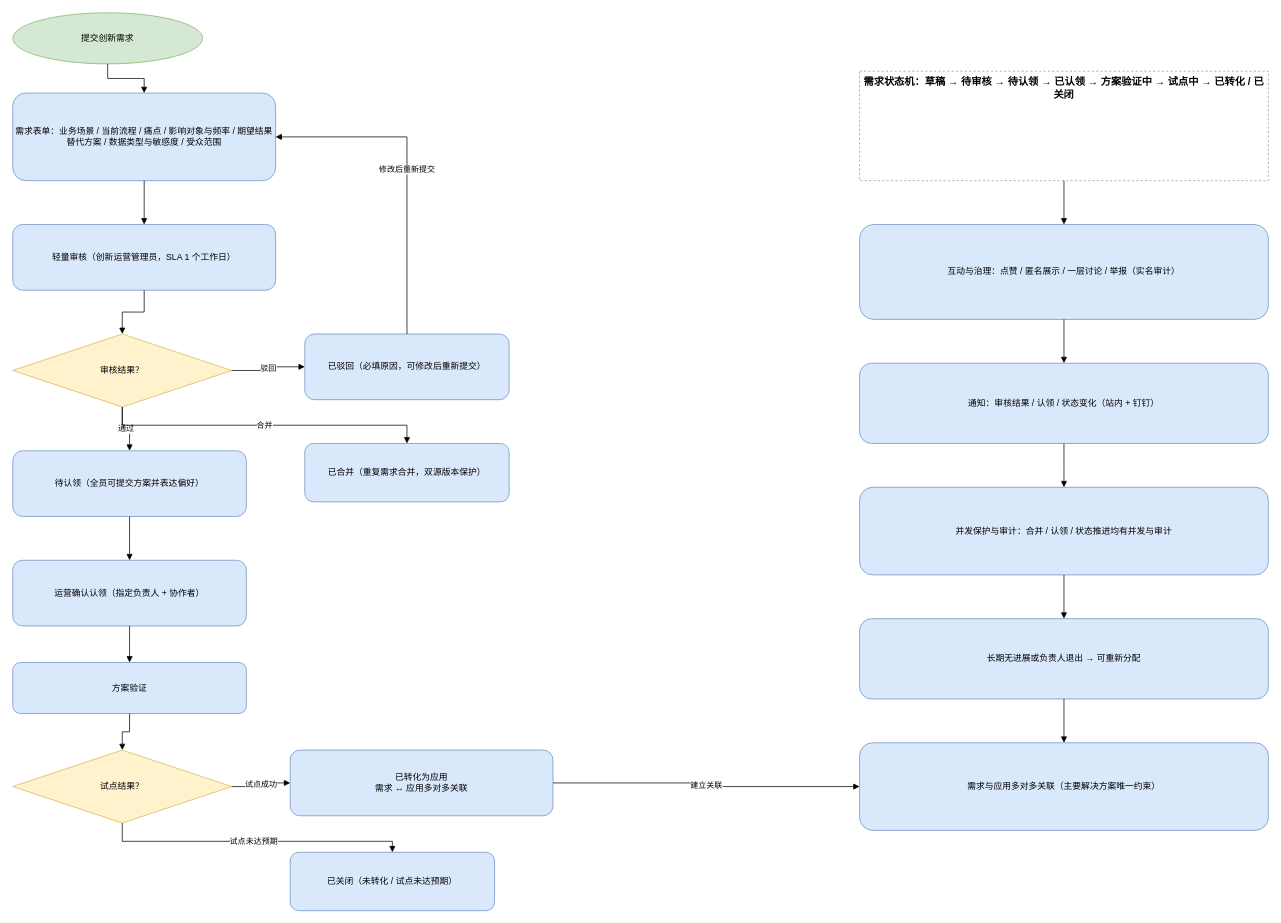
The draw.io diagram docs/flowchart/04-innovation-demand-loop.drawio in lzc452/AI-HUB-PLATFORM, before the edit. Source tidied: cells renumbered, new cells numbered last; positions are measured from the earlier drawing's top-left corner, leaving out a move shared by most shapes. Both pictures are drawn from the tidied source at 73%, with x=0, y=0 at pixel (12, 12).
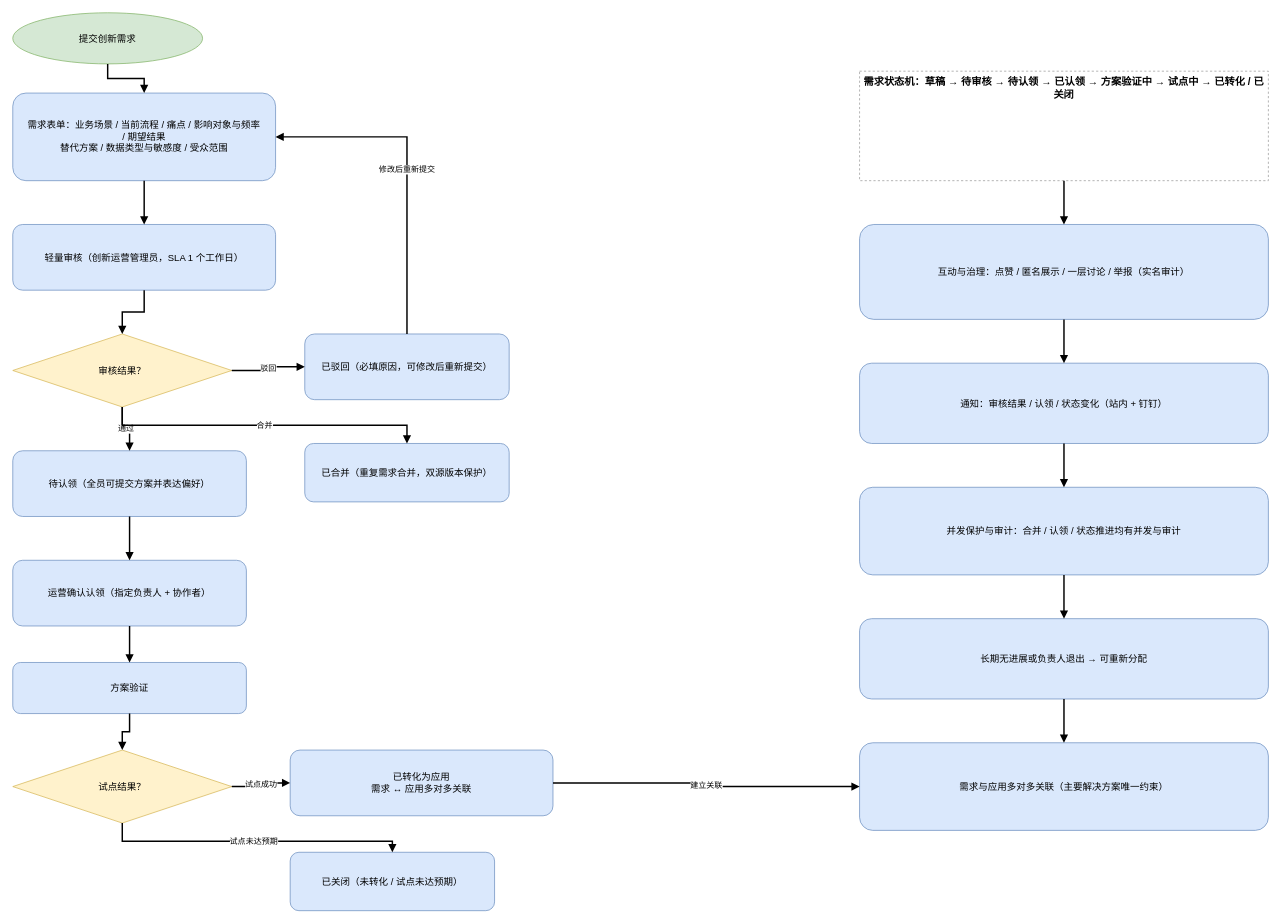
The same page after the edit.

Unchanged cells that the change refers to:
```xml
<mxCell id="14" value="需求状态机：草稿 → 待审核 → 待认领 → 已认领 → 方案验证中 → 试点中 → 已转化 / 已关闭" style="rounded=0;whiteSpace=wrap;html=1;fillColor=none;strokeColor=#999999;dashed=1;verticalAlign=top;fontStyle=1;fontSize=14;fontFamily=Microsoft YaHei;" parent="1" vertex="1">
  <mxGeometry x="1160" y="80" width="560" height="150" as="geometry" />
</mxCell>
```

Diff of the diagram source:
```diff
@@
-    <mxCell id="2" value="提交创新需求" style="ellipse;whiteSpace=wrap;html=1;fillColor=#d5e8d4;strokeColor=#82b366;fontFamily=Microsoft YaHei;" parent="1" vertex="1">
+    <mxCell id="2" value="提交创新需求" style="ellipse;whiteSpace=wrap;html=1;fillColor=#d5e8d4;strokeColor=#82b366;fontFamily=Microsoft YaHei;fontSize=13;verticalAlign=middle;" parent="1" vertex="1">
       <mxGeometry width="260" height="70" as="geometry" />
     </mxCell>
-    <mxCell id="3" value="需求表单：业务场景 / 当前流程 / 痛点 / 影响对象与频率 / 期望结果&#10;替代方案 / 数据类型与敏感度 / 受众范围" style="rounded=1;whiteSpace=wrap;html=1;fillColor=#dae8fc;strokeColor=#6c8ebf;fontFamily=Microsoft YaHei;" parent="1" vertex="1">
+    <mxCell id="3" value="需求表单：业务场景 / 当前流程 / 痛点 / 影响对象与频率&#10;/ 期望结果&#10;替代方案 / 数据类型与敏感度 / 受众范围" style="rounded=1;whiteSpace=wrap;html=1;fillColor=#dae8fc;strokeColor=#6c8ebf;fontFamily=Microsoft YaHei;fontSize=13;verticalAlign=middle;" parent="1" vertex="1">
       <mxGeometry y="110" width="360" height="120" as="geometry" />
     </mxCell>
-    <mxCell id="4" value="轻量审核（创新运营管理员，SLA 1 个工作日）" style="rounded=1;whiteSpace=wrap;html=1;fillColor=#dae8fc;strokeColor=#6c8ebf;fontFamily=Microsoft YaHei;" parent="1" vertex="1">
+    <mxCell id="4" value="轻量审核（创新运营管理员，SLA 1 个工作日）" style="rounded=1;whiteSpace=wrap;html=1;fillColor=#dae8fc;strokeColor=#6c8ebf;fontFamily=Microsoft YaHei;fontSize=13;verticalAlign=middle;" parent="1" vertex="1">
       <mxGeometry y="290" width="360" height="90" as="geometry" />
     </mxCell>
-    <mxCell id="5" value="审核结果？" style="rhombus;whiteSpace=wrap;html=1;fillColor=#fff2cc;strokeColor=#d6b656;fontFamily=Microsoft YaHei;" parent="1" vertex="1">
+    <mxCell id="5" value="审核结果？" style="rhombus;whiteSpace=wrap;html=1;fillColor=#fff2cc;strokeColor=#d6b656;fontFamily=Microsoft YaHei;fontSize=13;verticalAlign=middle;" parent="1" vertex="1">
       <mxGeometry y="440" width="300" height="100" as="geometry" />
     </mxCell>
-    <mxCell id="6" value="待认领（全员可提交方案并表达偏好）" style="rounded=1;whiteSpace=wrap;html=1;fillColor=#dae8fc;strokeColor=#6c8ebf;fontFamily=Microsoft YaHei;" parent="1" vertex="1">
+    <mxCell id="6" value="待认领（全员可提交方案并表达偏好）" style="rounded=1;whiteSpace=wrap;html=1;fillColor=#dae8fc;strokeColor=#6c8ebf;fontFamily=Microsoft YaHei;fontSize=13;verticalAlign=middle;" parent="1" vertex="1">
       <mxGeometry y="600" width="320" height="90" as="geometry" />
     </mxCell>
-    <mxCell id="7" value="运营确认认领（指定负责人 + 协作者）" style="rounded=1;whiteSpace=wrap;html=1;fillColor=#dae8fc;strokeColor=#6c8ebf;fontFamily=Microsoft YaHei;" parent="1" vertex="1">
+    <mxCell id="7" value="运营确认认领（指定负责人 + 协作者）" style="rounded=1;whiteSpace=wrap;html=1;fillColor=#dae8fc;strokeColor=#6c8ebf;fontFamily=Microsoft YaHei;fontSize=13;verticalAlign=middle;" parent="1" vertex="1">
       <mxGeometry y="750" width="320" height="90" as="geometry" />
     </mxCell>
-    <mxCell id="8" value="方案验证" style="rounded=1;whiteSpace=wrap;html=1;fillColor=#dae8fc;strokeColor=#6c8ebf;fontFamily=Microsoft YaHei;" parent="1" vertex="1">
+    <mxCell id="8" value="方案验证" style="rounded=1;whiteSpace=wrap;html=1;fillColor=#dae8fc;strokeColor=#6c8ebf;fontFamily=Microsoft YaHei;fontSize=13;verticalAlign=middle;" parent="1" vertex="1">
       <mxGeometry y="890" width="320" height="70" as="geometry" />
     </mxCell>
-    <mxCell id="9" value="试点结果？" style="rhombus;whiteSpace=wrap;html=1;fillColor=#fff2cc;strokeColor=#d6b656;fontFamily=Microsoft YaHei;" parent="1" vertex="1">
+    <mxCell id="9" value="试点结果？" style="rhombus;whiteSpace=wrap;html=1;fillColor=#fff2cc;strokeColor=#d6b656;fontFamily=Microsoft YaHei;fontSize=13;verticalAlign=middle;" parent="1" vertex="1">
       <mxGeometry y="1010" width="300" height="100" as="geometry" />
     </mxCell>
-    <mxCell id="10" value="已转化为应用&#10;需求 ↔ 应用多对多关联" style="rounded=1;whiteSpace=wrap;html=1;fillColor=#dae8fc;strokeColor=#6c8ebf;fontFamily=Microsoft YaHei;" parent="1" vertex="1">
+    <mxCell id="10" value="已转化为应用&#10;需求 ↔ 应用多对多关联" style="rounded=1;whiteSpace=wrap;html=1;fillColor=#dae8fc;strokeColor=#6c8ebf;fontFamily=Microsoft YaHei;fontSize=13;verticalAlign=middle;" parent="1" vertex="1">
       <mxGeometry x="380" y="1010" width="360" height="90" as="geometry" />
     </mxCell>
-    <mxCell id="11" value="已关闭（未转化 / 试点未达预期）" style="rounded=1;whiteSpace=wrap;html=1;fillColor=#dae8fc;strokeColor=#6c8ebf;fontFamily=Microsoft YaHei;" parent="1" vertex="1">
+    <mxCell id="11" value="已关闭（未转化 / 试点未达预期）" style="rounded=1;whiteSpace=wrap;html=1;fillColor=#dae8fc;strokeColor=#6c8ebf;fontFamily=Microsoft YaHei;fontSize=13;verticalAlign=middle;" parent="1" vertex="1">
       <mxGeometry x="380" y="1150" width="280" height="80" as="geometry" />
     </mxCell>
-    <mxCell id="12" value="已驳回（必填原因，可修改后重新提交）" style="rounded=1;whiteSpace=wrap;html=1;fillColor=#dae8fc;strokeColor=#6c8ebf;fontFamily=Microsoft YaHei;" parent="1" vertex="1">
+    <mxCell id="12" value="已驳回（必填原因，可修改后重新提交）" style="rounded=1;whiteSpace=wrap;html=1;fillColor=#dae8fc;strokeColor=#6c8ebf;fontFamily=Microsoft YaHei;fontSize=13;verticalAlign=middle;" parent="1" vertex="1">
       <mxGeometry x="400" y="440" width="280" height="90" as="geometry" />
     </mxCell>
-    <mxCell id="13" value="已合并（重复需求合并，双源版本保护）" style="rounded=1;whiteSpace=wrap;html=1;fillColor=#dae8fc;strokeColor=#6c8ebf;fontFamily=Microsoft YaHei;" parent="1" vertex="1">
+    <mxCell id="13" value="已合并（重复需求合并，双源版本保护）" style="rounded=1;whiteSpace=wrap;html=1;fillColor=#dae8fc;strokeColor=#6c8ebf;fontFamily=Microsoft YaHei;fontSize=13;verticalAlign=middle;" parent="1" vertex="1">
       <mxGeometry x="400" y="590" width="280" height="80" as="geometry" />
     </mxCell>
@@
-    <mxCell id="15" value="互动与治理：点赞 / 匿名展示 / 一层讨论 / 举报（实名审计）" style="rounded=1;whiteSpace=wrap;html=1;fillColor=#dae8fc;strokeColor=#6c8ebf;fontFamily=Microsoft YaHei;" parent="1" vertex="1">
+    <mxCell id="15" value="互动与治理：点赞 / 匿名展示 / 一层讨论 / 举报（实名审计）" style="rounded=1;whiteSpace=wrap;html=1;fillColor=#dae8fc;strokeColor=#6c8ebf;fontFamily=Microsoft YaHei;fontSize=13;verticalAlign=middle;" parent="1" vertex="1">
       <mxGeometry x="1160" y="290" width="560" height="130" as="geometry" />
     </mxCell>
-    <mxCell id="16" value="通知：审核结果 / 认领 / 状态变化（站内 + 钉钉）" style="rounded=1;whiteSpace=wrap;html=1;fillColor=#dae8fc;strokeColor=#6c8ebf;fontFamily=Microsoft YaHei;" parent="1" vertex="1">
+    <mxCell id="16" value="通知：审核结果 / 认领 / 状态变化（站内 + 钉钉）" style="rounded=1;whiteSpace=wrap;html=1;fillColor=#dae8fc;strokeColor=#6c8ebf;fontFamily=Microsoft YaHei;fontSize=13;verticalAlign=middle;" parent="1" vertex="1">
       <mxGeometry x="1160" y="480" width="560" height="110" as="geometry" />
     </mxCell>
-    <mxCell id="17" value="并发保护与审计：合并 / 认领 / 状态推进均有并发与审计" style="rounded=1;whiteSpace=wrap;html=1;fillColor=#dae8fc;strokeColor=#6c8ebf;fontFamily=Microsoft YaHei;" parent="1" vertex="1">
+    <mxCell id="17" value="并发保护与审计：合并 / 认领 / 状态推进均有并发与审计" style="rounded=1;whiteSpace=wrap;html=1;fillColor=#dae8fc;strokeColor=#6c8ebf;fontFamily=Microsoft YaHei;fontSize=13;verticalAlign=middle;" parent="1" vertex="1">
       <mxGeometry x="1160" y="650" width="560" height="120" as="geometry" />
     </mxCell>
-    <mxCell id="18" value="长期无进展或负责人退出 → 可重新分配" style="rounded=1;whiteSpace=wrap;html=1;fillColor=#dae8fc;strokeColor=#6c8ebf;fontFamily=Microsoft YaHei;" parent="1" vertex="1">
+    <mxCell id="18" value="长期无进展或负责人退出 → 可重新分配" style="rounded=1;whiteSpace=wrap;html=1;fillColor=#dae8fc;strokeColor=#6c8ebf;fontFamily=Microsoft YaHei;fontSize=13;verticalAlign=middle;" parent="1" vertex="1">
       <mxGeometry x="1160" y="830" width="560" height="110" as="geometry" />
     </mxCell>
-    <mxCell id="19" value="需求与应用多对多关联（主要解决方案唯一约束）" style="rounded=1;whiteSpace=wrap;html=1;fillColor=#dae8fc;strokeColor=#6c8ebf;fontFamily=Microsoft YaHei;" parent="1" vertex="1">
+    <mxCell id="19" value="需求与应用多对多关联（主要解决方案唯一约束）" style="rounded=1;whiteSpace=wrap;html=1;fillColor=#dae8fc;strokeColor=#6c8ebf;fontFamily=Microsoft YaHei;fontSize=13;verticalAlign=middle;" parent="1" vertex="1">
       <mxGeometry x="1160" y="1000" width="560" height="120" as="geometry" />
     </mxCell>
-    <mxCell id="20" style="edgeStyle=orthogonalEdgeStyle;rounded=0;jettySize=auto;html=1;endArrow=block;exitX=0.5;exitY=1;entryX=0.5;entryY=0;" parent="1" edge="1" source="2" target="3">
+    <mxCell id="20" style="edgeStyle=orthogonalEdgeStyle;rounded=0;jettySize=auto;html=1;endArrow=block;strokeWidth=2;exitX=0.5;exitY=1;entryX=0.5;entryY=0;" parent="1" edge="1" source="2" target="3">
       <mxGeometry relative="1" as="geometry">
         <Array as="points">
           <mxPoint x="130" y="70" />
           <mxPoint x="130" y="90" />
           <mxPoint x="180" y="90" />
           <mxPoint x="180" y="110" />
         </Array>
       </mxGeometry>
     </mxCell>
-    <mxCell id="21" style="edgeStyle=orthogonalEdgeStyle;rounded=0;jettySize=auto;html=1;endArrow=block;exitX=0.5;exitY=1;entryX=0.5;entryY=0;" parent="1" edge="1" source="3" target="4">
+    <mxCell id="21" style="edgeStyle=orthogonalEdgeStyle;rounded=0;jettySize=auto;html=1;endArrow=block;strokeWidth=2;exitX=0.5;exitY=1;entryX=0.5;entryY=0;" parent="1" edge="1" source="3" target="4">
       <mxGeometry relative="1" as="geometry">
         <Array as="points">
           <mxPoint x="180" y="260" />
           <mxPoint x="180" y="260" />
         </Array>
       </mxGeometry>
     </mxCell>
-    <mxCell id="22" style="edgeStyle=orthogonalEdgeStyle;rounded=0;jettySize=auto;html=1;endArrow=block;exitX=0.5;exitY=1;entryX=0.5;entryY=0;" parent="1" edge="1" source="4" target="5">
+    <mxCell id="22" style="edgeStyle=orthogonalEdgeStyle;rounded=0;jettySize=auto;html=1;endArrow=block;strokeWidth=2;exitX=0.5;exitY=1;entryX=0.5;entryY=0;" parent="1" edge="1" source="4" target="5">
       <mxGeometry relative="1" as="geometry">
         <Array as="points">
           <mxPoint x="180" y="380" />
           <mxPoint x="180" y="410" />
           <mxPoint x="150" y="410" />
           <mxPoint x="150" y="440" />
         </Array>
       </mxGeometry>
     </mxCell>
-    <mxCell id="23" value="通过" style="edgeStyle=orthogonalEdgeStyle;rounded=0;jettySize=auto;html=1;endArrow=block;exitX=0.5;exitY=1;entryX=0.5;entryY=0;fontSize=11;labelBackgroundColor=#ffffff;" parent="1" edge="1" source="5" target="6">
+    <mxCell id="23" value="通过" style="edgeStyle=orthogonalEdgeStyle;rounded=0;jettySize=auto;html=1;endArrow=block;strokeWidth=2;exitX=0.5;exitY=1;entryX=0.5;entryY=0;fontSize=11;labelBackgroundColor=#ffffff;" parent="1" edge="1" source="5" target="6">
       <mxGeometry relative="1" as="geometry">
         <Array as="points">
           <mxPoint x="150" y="570" />
           <mxPoint x="160" y="570" />
         </Array>
       </mxGeometry>
     </mxCell>
-    <mxCell id="24" value="驳回" style="edgeStyle=orthogonalEdgeStyle;rounded=0;jettySize=auto;html=1;endArrow=block;exitX=1;exitY=0.5;entryX=0;entryY=0.5;fontSize=11;labelBackgroundColor=#ffffff;" parent="1" edge="1" source="5" target="12">
+    <mxCell id="24" value="驳回" style="edgeStyle=orthogonalEdgeStyle;rounded=0;jettySize=auto;html=1;endArrow=block;strokeWidth=2;exitX=1;exitY=0.5;entryX=0;entryY=0.5;fontSize=11;labelBackgroundColor=#ffffff;" parent="1" edge="1" source="5" target="12">
       <mxGeometry relative="1" as="geometry">
         <Array as="points">
           <mxPoint x="300" y="490" />
           <mxPoint x="350" y="490" />
           <mxPoint x="350" y="485" />
           <mxPoint x="400" y="485" />
         </Array>
       </mxGeometry>
     </mxCell>
-    <mxCell id="25" value="合并" style="edgeStyle=orthogonalEdgeStyle;rounded=0;jettySize=auto;html=1;endArrow=block;exitX=0.5;exitY=1;entryX=0.5;entryY=0;fontSize=11;labelBackgroundColor=#ffffff;" parent="1" edge="1" source="5" target="13">
+    <mxCell id="25" value="合并" style="edgeStyle=orthogonalEdgeStyle;rounded=0;jettySize=auto;html=1;endArrow=block;strokeWidth=2;exitX=0.5;exitY=1;entryX=0.5;entryY=0;fontSize=11;labelBackgroundColor=#ffffff;" parent="1" edge="1" source="5" target="13">
       <mxGeometry relative="1" as="geometry">
         <Array as="points">
           <mxPoint x="150" y="540" />
           <mxPoint x="150" y="565" />
           <mxPoint x="540" y="565" />
           <mxPoint x="540" y="590" />
         </Array>
       </mxGeometry>
     </mxCell>
-    <mxCell id="26" style="edgeStyle=orthogonalEdgeStyle;rounded=0;jettySize=auto;html=1;endArrow=block;exitX=0.5;exitY=1;entryX=0.5;entryY=0;" parent="1" edge="1" source="6" target="7">
+    <mxCell id="26" style="edgeStyle=orthogonalEdgeStyle;rounded=0;jettySize=auto;html=1;endArrow=block;strokeWidth=2;exitX=0.5;exitY=1;entryX=0.5;entryY=0;" parent="1" edge="1" source="6" target="7">
       <mxGeometry relative="1" as="geometry">
         <Array as="points">
           <mxPoint x="160" y="720" />
           <mxPoint x="160" y="720" />
         </Array>
       </mxGeometry>
     </mxCell>
-    <mxCell id="27" style="edgeStyle=orthogonalEdgeStyle;rounded=0;jettySize=auto;html=1;endArrow=block;exitX=0.5;exitY=1;entryX=0.5;entryY=0;" parent="1" edge="1" source="7" target="8">
+    <mxCell id="27" style="edgeStyle=orthogonalEdgeStyle;rounded=0;jettySize=auto;html=1;endArrow=block;strokeWidth=2;exitX=0.5;exitY=1;entryX=0.5;entryY=0;" parent="1" edge="1" source="7" target="8">
       <mxGeometry relative="1" as="geometry">
         <Array as="points">
           <mxPoint x="160" y="865" />
           <mxPoint x="160" y="865" />
         </Array>
       </mxGeometry>
     </mxCell>
-    <mxCell id="28" style="edgeStyle=orthogonalEdgeStyle;rounded=0;jettySize=auto;html=1;endArrow=block;exitX=0.5;exitY=1;entryX=0.5;entryY=0;" parent="1" edge="1" source="8" target="9">
+    <mxCell id="28" style="edgeStyle=orthogonalEdgeStyle;rounded=0;jettySize=auto;html=1;endArrow=block;strokeWidth=2;exitX=0.5;exitY=1;entryX=0.5;entryY=0;" parent="1" edge="1" source="8" target="9">
       <mxGeometry relative="1" as="geometry">
         <Array as="points">
           <mxPoint x="160" y="985" />
           <mxPoint x="150" y="985" />
         </Array>
       </mxGeometry>
     </mxCell>
-    <mxCell id="29" value="试点成功" style="edgeStyle=orthogonalEdgeStyle;rounded=0;jettySize=auto;html=1;endArrow=block;exitX=1;exitY=0.5;entryX=0;entryY=0.5;fontSize=11;labelBackgroundColor=#ffffff;" parent="1" edge="1" source="9" target="10">
+    <mxCell id="29" value="试点成功" style="edgeStyle=orthogonalEdgeStyle;rounded=0;jettySize=auto;html=1;endArrow=block;strokeWidth=2;exitX=1;exitY=0.5;entryX=0;entryY=0.5;fontSize=11;labelBackgroundColor=#ffffff;" parent="1" edge="1" source="9" target="10">
       <mxGeometry relative="1" as="geometry">
         <Array as="points">
           <mxPoint x="300" y="1060" />
           <mxPoint x="340" y="1060" />
           <mxPoint x="340" y="1055" />
           <mxPoint x="380" y="1055" />
         </Array>
       </mxGeometry>
     </mxCell>
-    <mxCell id="30" value="试点未达预期" style="edgeStyle=orthogonalEdgeStyle;rounded=0;jettySize=auto;html=1;endArrow=block;exitX=0.5;exitY=1;entryX=0.5;entryY=0;fontSize=11;labelBackgroundColor=#ffffff;" parent="1" edge="1" source="9" target="11">
+    <mxCell id="30" value="试点未达预期" style="edgeStyle=orthogonalEdgeStyle;rounded=0;jettySize=auto;html=1;endArrow=block;strokeWidth=2;exitX=0.5;exitY=1;entryX=0.5;entryY=0;fontSize=11;labelBackgroundColor=#ffffff;" parent="1" edge="1" source="9" target="11">
       <mxGeometry relative="1" as="geometry">
         <Array as="points">
           <mxPoint x="150" y="1110" />
           <mxPoint x="150" y="1135" />
           <mxPoint x="520" y="1135" />
           <mxPoint x="520" y="1150" />
         </Array>
       </mxGeometry>
     </mxCell>
-    <mxCell id="31" value="修改后重新提交" style="edgeStyle=orthogonalEdgeStyle;rounded=0;jettySize=auto;html=1;endArrow=block;exitX=0.5;exitY=0;entryX=1;entryY=0.5;fontSize=11;labelBackgroundColor=#ffffff;" parent="1" edge="1" source="12" target="3">
+    <mxCell id="31" value="修改后重新提交" style="edgeStyle=orthogonalEdgeStyle;rounded=0;jettySize=auto;html=1;endArrow=block;strokeWidth=2;exitX=0.5;exitY=0;entryX=1;entryY=0.5;fontSize=11;labelBackgroundColor=#ffffff;" parent="1" edge="1" source="12" target="3">
       <mxGeometry relative="1" as="geometry">
         <Array as="points">
           <mxPoint x="540" y="440" />
           <mxPoint x="540" y="170" />
           <mxPoint x="360" y="170" />
         </Array>
       </mxGeometry>
     </mxCell>
-    <mxCell id="32" value="建立关联" style="edgeStyle=orthogonalEdgeStyle;rounded=0;jettySize=auto;html=1;endArrow=block;exitX=1;exitY=0.5;entryX=0;entryY=0.5;fontSize=11;labelBackgroundColor=#ffffff;" parent="1" edge="1" source="10" target="19">
+    <mxCell id="32" value="建立关联" style="edgeStyle=orthogonalEdgeStyle;rounded=0;jettySize=auto;html=1;endArrow=block;strokeWidth=2;exitX=1;exitY=0.5;entryX=0;entryY=0.5;fontSize=11;labelBackgroundColor=#ffffff;" parent="1" edge="1" source="10" target="19">
       <mxGeometry relative="1" as="geometry">
         <Array as="points">
           <mxPoint x="740" y="1055" />
           <mxPoint x="950" y="1055" />
           <mxPoint x="950" y="1060" />
           <mxPoint x="1160" y="1060" />
         </Array>
       </mxGeometry>
     </mxCell>
-    <mxCell id="33" style="edgeStyle=orthogonalEdgeStyle;rounded=0;jettySize=auto;html=1;endArrow=block;exitX=0.5;exitY=1;entryX=0.5;entryY=0;" parent="1" edge="1" source="14" target="15">
+    <mxCell id="33" style="edgeStyle=orthogonalEdgeStyle;rounded=0;jettySize=auto;html=1;endArrow=block;strokeWidth=2;exitX=0.5;exitY=1;entryX=0.5;entryY=0;" parent="1" edge="1" source="14" target="15">
       <mxGeometry relative="1" as="geometry">
         <Array as="points">
           <mxPoint x="1440" y="260" />
           <mxPoint x="1440" y="260" />
         </Array>
       </mxGeometry>
     </mxCell>
-    <mxCell id="34" style="edgeStyle=orthogonalEdgeStyle;rounded=0;jettySize=auto;html=1;endArrow=block;exitX=0.5;exitY=1;entryX=0.5;entryY=0;" parent="1" edge="1" source="15" target="16">
+    <mxCell id="34" style="edgeStyle=orthogonalEdgeStyle;rounded=0;jettySize=auto;html=1;endArrow=block;strokeWidth=2;exitX=0.5;exitY=1;entryX=0.5;entryY=0;" parent="1" edge="1" source="15" target="16">
       <mxGeometry relative="1" as="geometry">
         <Array as="points">
           <mxPoint x="1440" y="450" />
           <mxPoint x="1440" y="450" />
         </Array>
       </mxGeometry>
     </mxCell>
-    <mxCell id="35" style="edgeStyle=orthogonalEdgeStyle;rounded=0;jettySize=auto;html=1;endArrow=block;exitX=0.5;exitY=1;entryX=0.5;entryY=0;" parent="1" edge="1" source="16" target="17">
+    <mxCell id="35" style="edgeStyle=orthogonalEdgeStyle;rounded=0;jettySize=auto;html=1;endArrow=block;strokeWidth=2;exitX=0.5;exitY=1;entryX=0.5;entryY=0;" parent="1" edge="1" source="16" target="17">
       <mxGeometry relative="1" as="geometry">
         <Array as="points">
           <mxPoint x="1440" y="620" />
           <mxPoint x="1440" y="620" />
         </Array>
       </mxGeometry>
     </mxCell>
-    <mxCell id="36" style="edgeStyle=orthogonalEdgeStyle;rounded=0;jettySize=auto;html=1;endArrow=block;exitX=0.5;exitY=1;entryX=0.5;entryY=0;" parent="1" edge="1" source="17" target="18">
+    <mxCell id="36" style="edgeStyle=orthogonalEdgeStyle;rounded=0;jettySize=auto;html=1;endArrow=block;strokeWidth=2;exitX=0.5;exitY=1;entryX=0.5;entryY=0;" parent="1" edge="1" source="17" target="18">
       <mxGeometry relative="1" as="geometry">
         <Array as="points">
           <mxPoint x="1440" y="800" />
           <mxPoint x="1440" y="800" />
         </Array>
       </mxGeometry>
     </mxCell>
-    <mxCell id="37" style="edgeStyle=orthogonalEdgeStyle;rounded=0;jettySize=auto;html=1;endArrow=block;exitX=0.5;exitY=1;entryX=0.5;entryY=0;" parent="1" edge="1" source="18" target="19">
+    <mxCell id="37" style="edgeStyle=orthogonalEdgeStyle;rounded=0;jettySize=auto;html=1;endArrow=block;strokeWidth=2;exitX=0.5;exitY=1;entryX=0.5;entryY=0;" parent="1" edge="1" source="18" target="19">
       <mxGeometry relative="1" as="geometry">
         <Array as="points">
           <mxPoint x="1440" y="970" />
           <mxPoint x="1440" y="970" />
         </Array>
       </mxGeometry>
     </mxCell>
```
